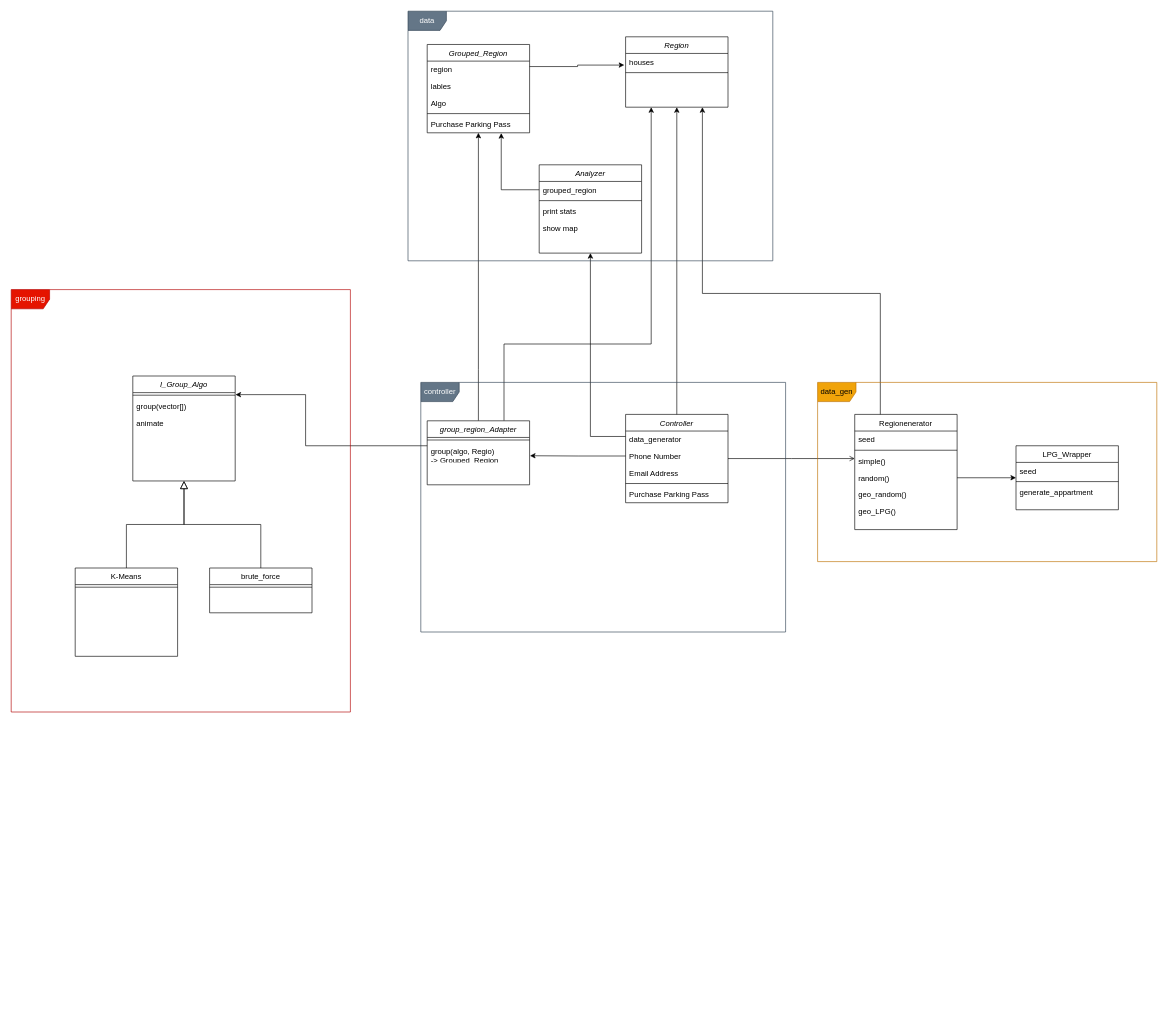
This is diagram/Architektur.drawio from StevenLhmn/energy_grouping, a draw.io file, before an edit. Source tidied: cells renumbered, new cells numbered last; positions are measured from the earlier drawing's top-left corner, leaving out a move shared by most shapes. Both pictures are drawn from the tidied source at 64%, with x=0, y=0 at pixel (11, 11).
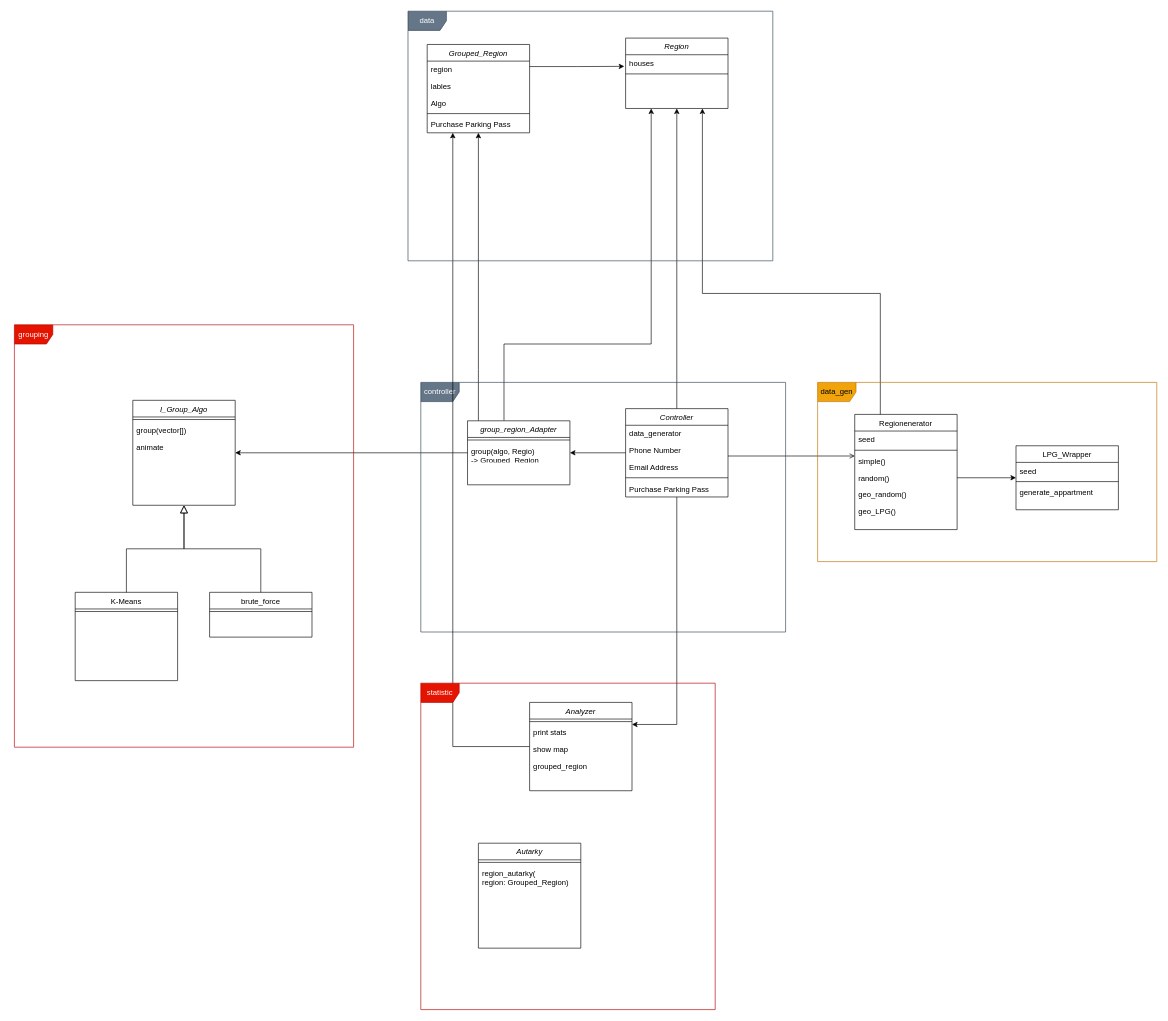
After the change.

Commit message (it also covers changes not shown here):
edit brute force and diagram

Unchanged cells that the change refers to:
```xml
<mxCell id="5" value="Phone Number" style="text;align=left;verticalAlign=top;spacingLeft=4;spacingRight=4;overflow=hidden;points=[[0,0.5],[1,0.5]];portConstraint=eastwest;rounded=0;shadow=0;html=0;" parent="3" vertex="1">
  <mxGeometry y="52" width="160" height="26" as="geometry" />
</mxCell>
<mxCell id="31" value="group(vector[])" style="text;align=left;verticalAlign=top;spacingLeft=4;spacingRight=4;overflow=hidden;points=[[0,0.5],[1,0.5]];portConstraint=eastwest;" parent="29" vertex="1">
  <mxGeometry y="34" width="160" height="26" as="geometry" />
</mxCell>
<mxCell id="36" value="Grouped_Region" style="swimlane;fontStyle=2;align=center;verticalAlign=top;horizontal=1;startSize=26;rounded=0;shadow=0;strokeWidth=1;" parent="1" vertex="1">
  <mxGeometry x="650" y="52" width="160" height="138" as="geometry" />
</mxCell>
<mxCell id="41" value="Purchase Parking Pass" style="text;align=left;verticalAlign=top;spacingLeft=4;spacingRight=4;overflow=hidden;points=[[0,0.5],[1,0.5]];portConstraint=eastwest;" parent="36" vertex="1">
  <mxGeometry y="112" width="160" height="26" as="geometry" />
</mxCell>
```

The edit, as a diff of the source:
```diff
@@
-    <mxCell id="2" style="edgeStyle=orthogonalEdgeStyle;rounded=0;jettySize=auto;html=1;exitX=0;exitY=0.25;exitDx=0;exitDy=0;entryX=0.5;entryY=1;entryDx=0;entryDy=0;" parent="1" edge="1" source="3" target="54">
+    <mxCell id="2" style="edgeStyle=orthogonalEdgeStyle;rounded=0;jettySize=auto;html=1;entryX=1;entryY=0.25;entryDx=0;entryDy=0;" parent="1" edge="1" source="3" target="54">
       <mxGeometry relative="1" as="geometry">
         <Array as="points">
-          <mxPoint x="905" y="665" />
+          <mxPoint x="1040" y="1114.5" />
         </Array>
       </mxGeometry>
     </mxCell>
     <mxCell id="3" value="Controller" style="swimlane;fontStyle=2;align=center;verticalAlign=top;horizontal=1;startSize=26;rounded=0;shadow=0;strokeWidth=1;" parent="1" vertex="1">
-      <mxGeometry x="960" y="630" width="160" height="138" as="geometry" />
+      <mxGeometry x="960" y="621" width="160" height="138" as="geometry" />
     </mxCell>
@@
     <mxCell id="9" value="K-Means" style="swimlane;fontStyle=0;align=center;verticalAlign=top;horizontal=1;startSize=26;rounded=0;shadow=0;strokeWidth=1;" parent="1" vertex="1">
-      <mxGeometry x="100" y="870" width="160" height="138" as="geometry" />
+      <mxGeometry x="100" y="908" width="160" height="138" as="geometry" />
     </mxCell>
@@
     <mxCell id="12" value="brute_force" style="swimlane;fontStyle=0;align=center;verticalAlign=top;horizontal=1;startSize=26;rounded=0;shadow=0;strokeWidth=1;" parent="1" vertex="1">
-      <mxGeometry x="310" y="870" width="160" height="70" as="geometry" />
+      <mxGeometry x="310" y="908" width="160" height="70" as="geometry" />
     </mxCell>
@@
     <mxCell id="23" value="Region" style="swimlane;fontStyle=2;align=center;verticalAlign=top;horizontal=1;startSize=26;rounded=0;shadow=0;strokeWidth=1;" parent="1" vertex="1">
-      <mxGeometry x="960" y="40" width="160" height="110" as="geometry" />
+      <mxGeometry x="960" y="42" width="160" height="110" as="geometry" />
     </mxCell>
@@
     <mxCell id="29" value="I_Group_Algo" style="swimlane;fontStyle=2;align=center;verticalAlign=top;horizontal=1;startSize=26;rounded=0;shadow=0;strokeWidth=1;" parent="1" vertex="1">
-      <mxGeometry x="190" y="570" width="160" height="164" as="geometry" />
+      <mxGeometry x="190" y="608" width="160" height="164" as="geometry" />
     </mxCell>
@@
-    <mxCell id="33" style="edgeStyle=orthogonalEdgeStyle;rounded=0;jettySize=auto;html=1;exitX=0;exitY=0.5;exitDx=0;exitDy=0;entryX=1.004;entryY=0.1;entryDx=0;entryDy=0;entryPerimeter=0;" parent="1" edge="1" source="5">
-      <mxGeometry relative="1" as="geometry">
-        <mxPoint x="810.6" y="694.6" as="targetPoint" />
-      </mxGeometry>
+    <mxCell id="33" style="edgeStyle=orthogonalEdgeStyle;rounded=0;jettySize=auto;html=1;" parent="1" edge="1" source="3" target="42">
+      <mxGeometry relative="1" as="geometry" />
     </mxCell>
@@
     <mxCell id="42" value="group_region_Adapter" style="swimlane;fontStyle=2;align=center;verticalAlign=top;horizontal=1;startSize=26;rounded=0;shadow=0;strokeWidth=1;" parent="1" vertex="1">
-      <mxGeometry x="650" y="640" width="160" height="100" as="geometry" />
+      <mxGeometry x="713" y="640" width="160" height="100" as="geometry" />
     </mxCell>
@@
-    <mxCell id="45" style="edgeStyle=orthogonalEdgeStyle;rounded=0;jettySize=auto;html=1;entryX=1.003;entryY=-0.188;entryDx=0;entryDy=0;entryPerimeter=0;exitX=0;exitY=0.5;exitDx=0;exitDy=0;" parent="1" edge="1" target="31">
-      <mxGeometry relative="1" as="geometry">
-        <mxPoint x="650" y="679" as="sourcePoint" />
-        <Array as="points">
-          <mxPoint x="460" y="679" />
-          <mxPoint x="460" y="599.2" />
-        </Array>
-      </mxGeometry>
+    <mxCell id="45" style="edgeStyle=orthogonalEdgeStyle;rounded=0;jettySize=auto;html=1;" parent="1" edge="1" source="42" target="29">
+      <mxGeometry relative="1" as="geometry" />
     </mxCell>
@@
     <mxCell id="52" value="grouping" style="shape=umlFrame;whiteSpace=wrap;html=1;fillColor=#e51400;labelBackgroundColor=none;fontColor=#ffffff;strokeColor=#B20000;" parent="1" vertex="1">
-      <mxGeometry y="435" width="530" height="660" as="geometry" />
+      <mxGeometry x="5" y="490" width="530" height="660" as="geometry" />
     </mxCell>
@@
     <mxCell id="54" value="Analyzer" style="swimlane;fontStyle=2;align=center;verticalAlign=top;horizontal=1;startSize=26;rounded=0;shadow=0;strokeWidth=1;" parent="1" vertex="1">
-      <mxGeometry x="825" y="240" width="160" height="138" as="geometry" />
+      <mxGeometry x="810" y="1080" width="160" height="138" as="geometry" />
     </mxCell>
-    <mxCell id="55" value="grouped_region" style="text;align=left;verticalAlign=top;spacingLeft=4;spacingRight=4;overflow=hidden;points=[[0,0.5],[1,0.5]];portConstraint=eastwest;" parent="54" vertex="1">
-      <mxGeometry y="26" width="160" height="26" as="geometry" />
-    </mxCell>
     <mxCell id="56" style="line;html=1;strokeWidth=1;align=left;verticalAlign=middle;spacingTop=-1;spacingLeft=3;spacingRight=3;labelPosition=right;" parent="54" vertex="1">
-      <mxGeometry y="52" width="160" height="8" as="geometry" />
+      <mxGeometry y="26" width="160" height="8" as="geometry" />
     </mxCell>
     <mxCell id="57" value="print stats" style="text;align=left;verticalAlign=top;spacingLeft=4;spacingRight=4;overflow=hidden;" parent="54" vertex="1">
-      <mxGeometry y="60" width="160" height="26" as="geometry" />
+      <mxGeometry y="34" width="160" height="26" as="geometry" />
     </mxCell>
     <mxCell id="58" value="show map" style="text;align=left;verticalAlign=top;spacingLeft=4;spacingRight=4;overflow=hidden;" parent="54" vertex="1">
-      <mxGeometry y="86" width="160" height="26" as="geometry" />
+      <mxGeometry y="60" width="160" height="26" as="geometry" />
     </mxCell>
+    <mxCell id="55" value="grouped_region" style="text;align=left;verticalAlign=top;spacingLeft=4;spacingRight=4;overflow=hidden;points=[[0,0.5],[1,0.5]];portConstraint=eastwest;" parent="54" vertex="1">
+      <mxGeometry y="86" width="160" height="26" as="geometry" />
+    </mxCell>
-    <mxCell id="59" style="edgeStyle=orthogonalEdgeStyle;rounded=0;jettySize=auto;html=1;exitX=0;exitY=0.5;exitDx=0;exitDy=0;entryX=0.723;entryY=1.021;entryDx=0;entryDy=0;entryPerimeter=0;" parent="1" edge="1" source="55" target="41">
-      <mxGeometry relative="1" as="geometry" />
+    <mxCell id="59" style="edgeStyle=orthogonalEdgeStyle;rounded=0;jettySize=auto;html=1;" parent="1" edge="1" source="54" target="36">
+      <mxGeometry relative="1" as="geometry">
+        <Array as="points">
+          <mxPoint x="690" y="1149" />
+        </Array>
+      </mxGeometry>
     </mxCell>
@@
+    <mxCell id="61" value="Autarky" style="swimlane;fontStyle=2;align=center;verticalAlign=top;horizontal=1;startSize=26;rounded=0;shadow=0;strokeWidth=1;" parent="1" vertex="1">
+      <mxGeometry x="730" y="1300" width="160" height="164" as="geometry" />
+    </mxCell>
+    <mxCell id="62" style="line;html=1;strokeWidth=1;align=left;verticalAlign=middle;spacingTop=-1;spacingLeft=3;spacingRight=3;labelPosition=right;" parent="61" vertex="1">
+      <mxGeometry y="26" width="160" height="8" as="geometry" />
+    </mxCell>
+    <mxCell id="63" value="region_autarky(&#10;region: Grouped_Region)" style="text;align=left;verticalAlign=top;spacingLeft=4;spacingRight=4;overflow=hidden;" parent="61" vertex="1">
+      <mxGeometry y="34" width="160" height="36" as="geometry" />
+    </mxCell>
+    <mxCell id="64" value="statistic" style="shape=umlFrame;whiteSpace=wrap;html=1;fillColor=#e51400;labelBackgroundColor=none;fontColor=#ffffff;strokeColor=#B20000;" parent="1" vertex="1">
+      <mxGeometry x="640" y="1050" width="460" height="510" as="geometry" />
+    </mxCell>
```
